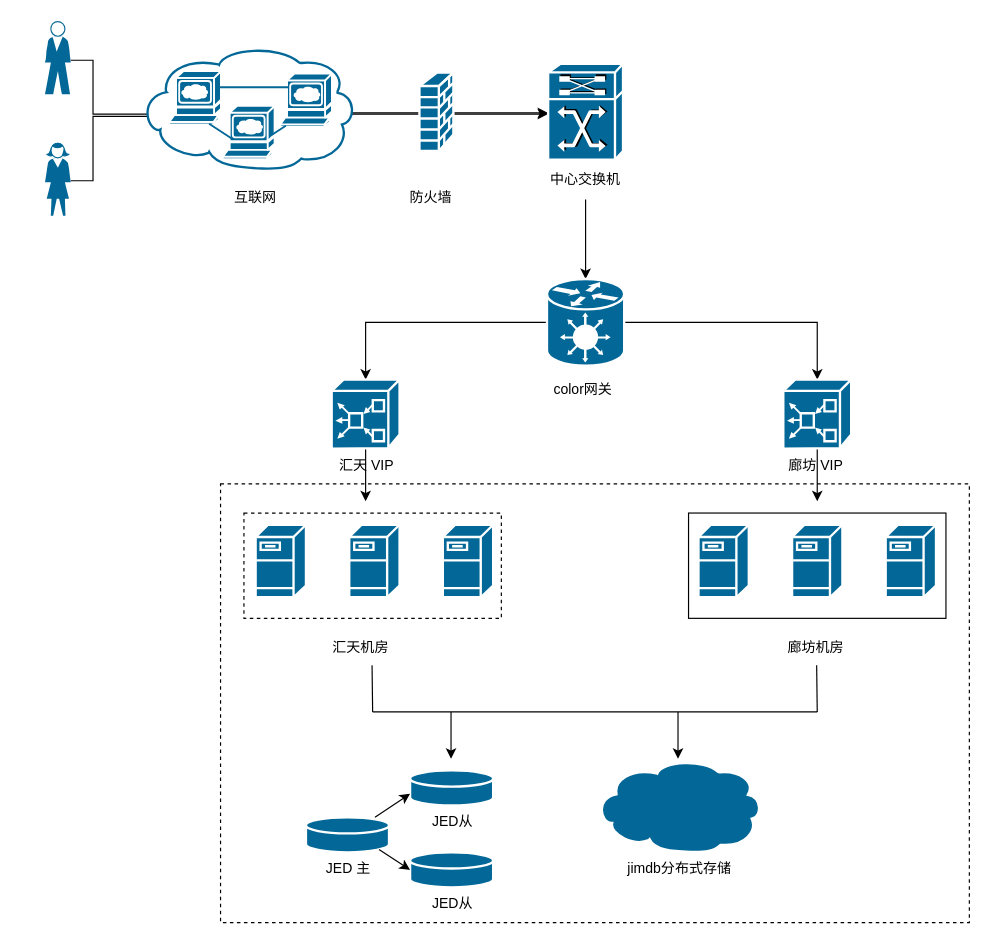
BlankKelly/diagrams keeps this draw.io diagram as 千目物理拓扑图.drawio. Above is the earlier version. Source tidied: cells renumbered, new cells numbered last; positions are measured from the earlier drawing's top-left corner, leaving out a move shared by most shapes. Both pictures are drawn from the tidied source at 117%, with x=0, y=0 at pixel (44, 21).
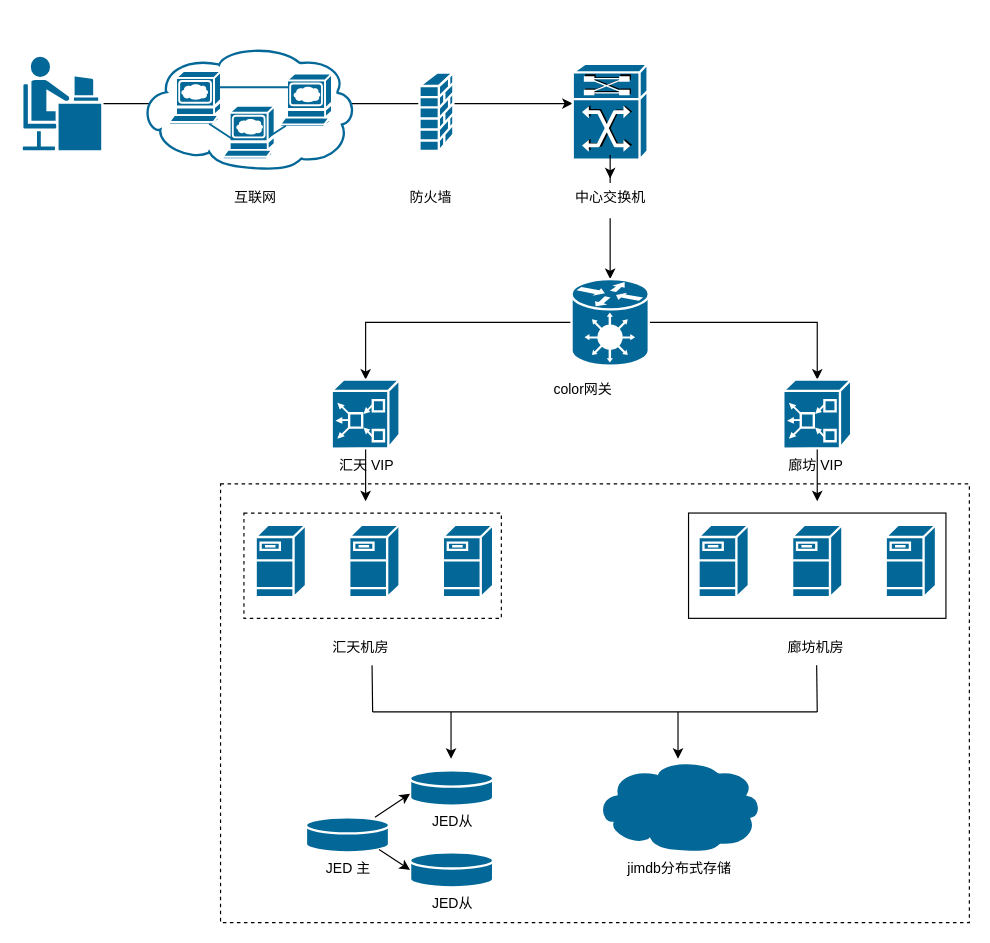
After the change.

Commit message (it also covers changes not shown here):
更新千目物理拓扑图.drawio

What changed in the source:
```diff
@@
+    <mxCell id="45" style="edgeStyle=orthogonalEdgeStyle;rounded=0;jettySize=auto;html=1;entryX=0;entryY=0.415;entryDx=0;entryDy=0;entryPerimeter=0;" parent="1" edge="1" source="47" target="10">
+      <mxGeometry relative="1" as="geometry" />
+    </mxCell>
@@
-    <mxCell id="4" style="edgeStyle=orthogonalEdgeStyle;rounded=0;orthogonalLoop=1;jettySize=auto;html=1;" parent="1" edge="1">
-      <mxGeometry relative="1" as="geometry">
-        <mxPoint x="22" y="33" as="sourcePoint" />
-        <mxPoint x="430" y="79" as="targetPoint" />
-        <Array as="points">
-          <mxPoint x="41" y="79" />
-        </Array>
-      </mxGeometry>
-    </mxCell>
-    <mxCell id="5" style="shape=mxgraph.cisco.people.standing_man;sketch=0;html=1;dashed=0;fillColor=#036897;strokeColor=#ffffff;strokeWidth=2;verticalLabelPosition=bottom;verticalAlign=top;align=center;" parent="1" vertex="1">
-      <mxGeometry width="22" height="62" as="geometry" />
-    </mxCell>
-    <mxCell id="6" style="edgeStyle=orthogonalEdgeStyle;rounded=0;orthogonalLoop=1;jettySize=auto;html=1;entryX=0;entryY=0.5;entryDx=0;entryDy=0;entryPerimeter=0;" parent="1" edge="1">
-      <mxGeometry relative="1" as="geometry">
-        <mxPoint x="22" y="136" as="sourcePoint" />
-        <mxPoint x="430" y="78" as="targetPoint" />
-        <Array as="points">
-          <mxPoint x="41" y="136" />
-          <mxPoint x="41" y="81" />
-          <mxPoint x="241" y="81" />
-          <mxPoint x="241" y="78" />
-        </Array>
-      </mxGeometry>
-    </mxCell>
-    <mxCell id="7" style="shape=mxgraph.cisco.people.standing_woman;sketch=0;html=1;dashed=0;fillColor=#036897;strokeColor=#ffffff;strokeWidth=2;verticalLabelPosition=bottom;verticalAlign=top;align=center;" parent="1" vertex="1">
-      <mxGeometry y="104" width="22" height="62" as="geometry" />
-    </mxCell>
@@
-    <mxCell id="9" style="edgeStyle=orthogonalEdgeStyle;rounded=0;jettySize=auto;html=1;" parent="1" edge="1" source="25" target="13">
+    <mxCell id="9" style="edgeStyle=orthogonalEdgeStyle;rounded=0;jettySize=auto;html=1;exitX=0.5;exitY=1;exitDx=0;exitDy=0;exitPerimeter=0;" parent="1" edge="1" source="25" target="13">
       <mxGeometry relative="1" as="geometry" />
     </mxCell>
     <mxCell id="10" style="shape=mxgraph.cisco.routers.atm_tag_switch_router;sketch=0;html=1;dashed=0;fillColor=#036897;strokeColor=#ffffff;strokeWidth=2;verticalLabelPosition=bottom;verticalAlign=top;align=center;outlineConnect=0;" parent="1" vertex="1">
-      <mxGeometry x="430" y="36" width="64" height="82" as="geometry" />
+      <mxGeometry x="451" y="36" width="64" height="82" as="geometry" />
     </mxCell>
@@
     <mxCell id="13" style="shape=mxgraph.cisco.hubs_and_gateways.generic_gateway;sketch=0;html=1;dashed=0;fillColor=#036897;strokeColor=#ffffff;strokeWidth=2;verticalLabelPosition=bottom;verticalAlign=top;align=center;outlineConnect=0;" parent="1" vertex="1">
-      <mxGeometry x="429" y="220" width="66" height="74" as="geometry" />
+      <mxGeometry x="450" y="220" width="66" height="74" as="geometry" />
     </mxCell>
@@
-    <mxCell id="25" value="中心交换机" style="text;html=1;strokeColor=none;fillColor=none;align=center;verticalAlign=middle;whiteSpace=wrap;rounded=0;" parent="1" vertex="1">
-      <mxGeometry x="407" y="118" width="110" height="34" as="geometry" />
-    </mxCell>
@@
+    <mxCell id="46" style="edgeStyle=orthogonalEdgeStyle;rounded=0;jettySize=auto;html=1;exitX=0.5;exitY=1;exitDx=0;exitDy=0;exitPerimeter=0;" parent="1" edge="1" source="10" target="25">
+      <mxGeometry relative="1" as="geometry" />
+    </mxCell>
+    <mxCell id="25" value="中心交换机" style="text;html=1;strokeColor=none;fillColor=none;align=center;verticalAlign=middle;whiteSpace=wrap;rounded=0;" parent="1" vertex="1">
+      <mxGeometry x="424.5" y="134" width="117" height="34" as="geometry" />
+    </mxCell>
+    <mxCell id="47" style="shape=mxgraph.cisco.people.androgenous_person;sketch=0;html=1;dashed=0;fillColor=#036897;strokeColor=#ffffff;strokeWidth=2;verticalLabelPosition=bottom;verticalAlign=top;align=center;outlineConnect=0;" parent="1" vertex="1">
+      <mxGeometry x="-20" y="29" width="69" height="82" as="geometry" />
+    </mxCell>
```
